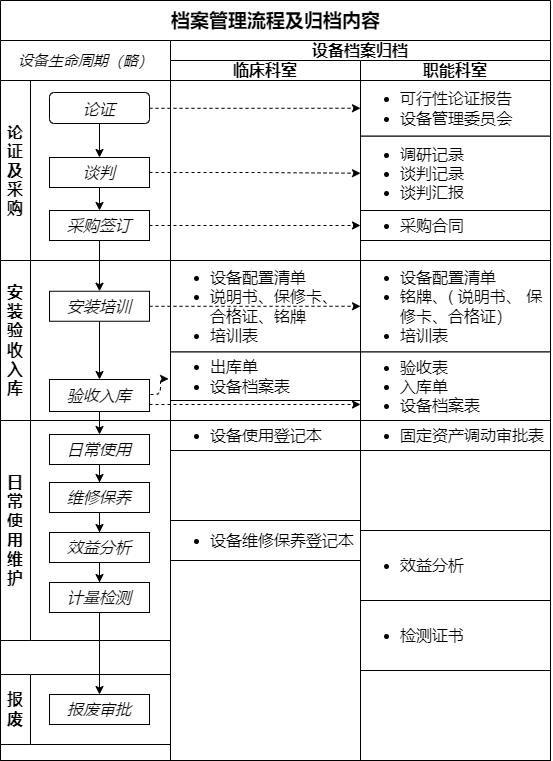
Above: 档案管理流程.png in CN-DXTZ/CLRS (draw.io), before the change. Source tidied: cells renumbered, new cells last; positions are measured from the earlier drawing's top-left corner, leaving out a move shared by most shapes.
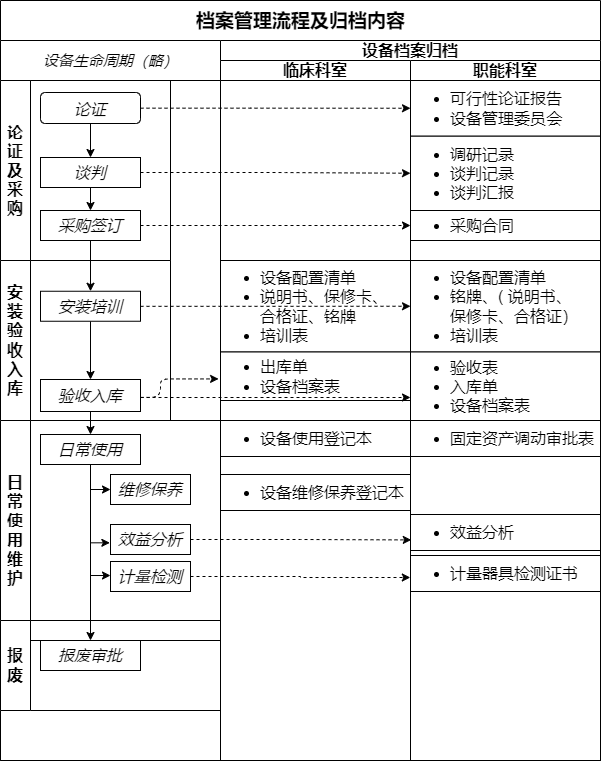
After the change.

Commit message:
更新档案管理流程.png

Change to the diagram source:
```diff
@@ -3,7 +3,7 @@
     <mxCell id="0" />
     <mxCell id="1" parent="0" />
     <mxCell id="2" value="&lt;font style=&quot;font-size: 19px;&quot;&gt;档案管理流程及归档内容&lt;/font&gt;" style="swimlane;html=1;startSize=40;rounded=0;shadow=0;labelBackgroundColor=none;strokeWidth=1;fontFamily=Verdana;fontSize=16;align=center;" parent="1" vertex="1">
-      <mxGeometry width="550" height="760" as="geometry" />
+      <mxGeometry width="600" height="760" as="geometry" />
     </mxCell>
     <mxCell id="3" style="edgeStyle=orthogonalEdgeStyle;rounded=1;jettySize=auto;html=1;entryX=0;entryY=0.5;entryDx=0;entryDy=0;dashed=1;fontSize=16;" parent="2" edge="1" source="8" target="34">
       <mxGeometry relative="1" as="geometry" />
@@ -12,16 +12,16 @@
       <mxGeometry relative="1" as="geometry" />
     </mxCell>
     <mxCell id="5" value="设备生命周期（略）" style="swimlane;html=1;startSize=40;align=center;fontSize=15;fontStyle=2;" parent="2" vertex="1">
-      <mxGeometry y="40" width="170" height="720" as="geometry" />
+      <mxGeometry y="40" width="220" height="720" as="geometry" />
     </mxCell>
     <mxCell id="6" value="&lt;p class=&quot;MsoNormal&quot; style=&quot;font-size: 16px;&quot;&gt;论证及采购&lt;/p&gt;" style="swimlane;whiteSpace=wrap;html=1;startSize=30;direction=north;fontSize=16;" parent="5" vertex="1">
       <mxGeometry y="40" width="170" height="180" as="geometry" />
     </mxCell>
     <mxCell id="7" value="论证" style="rounded=1;whiteSpace=wrap;html=1;shadow=0;labelBackgroundColor=none;strokeWidth=1;fontFamily=Verdana;fontSize=16;align=center;verticalAlign=middle;fontStyle=2;" parent="6" vertex="1">
-      <mxGeometry x="49" y="12" width="100" height="31" as="geometry" />
+      <mxGeometry x="40" y="12" width="100" height="31" as="geometry" />
     </mxCell>
     <mxCell id="8" value="谈判&lt;br style=&quot;font-size: 16px;&quot;&gt;" style="rounded=0;whiteSpace=wrap;html=1;fontSize=16;fontStyle=2;" parent="6" vertex="1">
-      <mxGeometry x="49" y="77" width="100" height="30" as="geometry" />
+      <mxGeometry x="40" y="77" width="100" height="30" as="geometry" />
     </mxCell>
     <mxCell id="9" style="edgeStyle=orthogonalEdgeStyle;rounded=0;orthogonalLoop=1;jettySize=auto;html=1;exitX=0.5;exitY=1;exitDx=0;exitDy=0;fontSize=16;" parent="6" edge="1" source="8" target="8">
       <mxGeometry relative="1" as="geometry" />
@@ -30,7 +30,7 @@
       <mxGeometry relative="1" as="geometry" />
     </mxCell>
     <mxCell id="11" value="采购签订" style="rounded=0;whiteSpace=wrap;html=1;fontSize=16;fontStyle=2;" parent="6" vertex="1">
-      <mxGeometry x="49" y="130" width="100" height="30" as="geometry" />
+      <mxGeometry x="40" y="130" width="100" height="30" as="geometry" />
     </mxCell>
     <mxCell id="12" style="edgeStyle=orthogonalEdgeStyle;rounded=0;jettySize=auto;html=1;entryX=0.5;entryY=0;entryDx=0;entryDy=0;fontSize=16;" parent="6" edge="1" source="8" target="11">
       <mxGeometry relative="1" as="geometry" />
@@ -42,43 +42,56 @@
       <mxGeometry relative="1" as="geometry" />
     </mxCell>
     <mxCell id="15" value="安装培训" style="rounded=0;whiteSpace=wrap;html=1;fontSize=16;fontStyle=2;" parent="13" vertex="1">
-      <mxGeometry x="49" y="30.8" width="100" height="30" as="geometry" />
+      <mxGeometry x="40" y="30.8" width="100" height="30" as="geometry" />
     </mxCell>
     <mxCell id="16" value="验收入库" style="rounded=0;whiteSpace=wrap;html=1;fontSize=16;fontStyle=2;" parent="13" vertex="1">
-      <mxGeometry x="49" y="119" width="100" height="32" as="geometry" />
+      <mxGeometry x="40" y="119" width="100" height="32" as="geometry" />
     </mxCell>
     <mxCell id="17" style="edgeStyle=orthogonalEdgeStyle;rounded=0;jettySize=auto;html=1;fontSize=16;" parent="5" edge="1" source="11" target="15">
       <mxGeometry relative="1" as="geometry" />
     </mxCell>
     <mxCell id="18" value="&lt;p class=&quot;MsoNormal&quot; style=&quot;font-size: 16px;&quot;&gt;日常使用维护&lt;/p&gt;" style="swimlane;whiteSpace=wrap;html=1;direction=north;startSize=30;fontSize=16;" parent="5" vertex="1">
-      <mxGeometry y="380" width="170" height="220" as="geometry" />
+      <mxGeometry y="380" width="220" height="220" as="geometry" />
     </mxCell>
-    <mxCell id="19" style="edgeStyle=orthogonalEdgeStyle;rounded=0;jettySize=auto;html=1;entryX=0.5;entryY=0;entryDx=0;entryDy=0;fontSize=16;" parent="18" edge="1" source="20" target="21">
-      <mxGeometry relative="1" as="geometry" />
-    </mxCell>
+    <mxCell id="49" style="edgeStyle=orthogonalEdgeStyle;rounded=0;jettySize=auto;html=1;entryX=0;entryY=0.5;entryDx=0;entryDy=0;" parent="18" edge="1" source="20" target="21">
+      <mxGeometry relative="1" as="geometry" />
+    </mxCell>
+    <mxCell id="50" style="edgeStyle=orthogonalEdgeStyle;rounded=0;jettySize=auto;html=1;entryX=-0.008;entryY=0.61;entryDx=0;entryDy=0;entryPerimeter=0;" parent="18" edge="1" source="20" target="22">
+      <mxGeometry relative="1" as="geometry" />
+    </mxCell>
+    <mxCell id="51" style="edgeStyle=orthogonalEdgeStyle;rounded=0;jettySize=auto;html=1;entryX=0;entryY=0.467;entryDx=0;entryDy=0;entryPerimeter=0;" parent="18" edge="1" source="20" target="23">
+      <mxGeometry relative="1" as="geometry">
+        <Array as="points">
+          <mxPoint x="90" y="155" />
+        </Array>
+      </mxGeometry>
+    </mxCell>
     <mxCell id="20" value="日常使用" style="rounded=0;whiteSpace=wrap;html=1;fontSize=16;fontStyle=2;" parent="18" vertex="1">
-      <mxGeometry x="49" y="14" width="100" height="30" as="geometry" />
+      <mxGeometry x="40" y="14" width="100" height="30" as="geometry" />
     </mxCell>
-    <mxCell id="21" value="维修保养" style="rounded=0;whiteSpace=wrap;html=1;fontSize=16;fontStyle=2;" parent="18" vertex="1">
-      <mxGeometry x="49" y="62" width="100" height="30" as="geometry" />
-    </mxCell>
     <mxCell id="22" value="效益分析" style="rounded=0;whiteSpace=wrap;html=1;fontSize=16;fontStyle=2;" parent="18" vertex="1">
-      <mxGeometry x="49" y="112" width="100" height="30" as="geometry" />
+      <mxGeometry x="110" y="104" width="80" height="30" as="geometry" />
     </mxCell>
     <mxCell id="23" value="计量检测" style="rounded=0;whiteSpace=wrap;html=1;fontSize=16;fontStyle=2;" parent="18" vertex="1">
-      <mxGeometry x="49" y="162" width="100" height="30" as="geometry" />
+      <mxGeometry x="110" y="141" width="80" height="30" as="geometry" />
     </mxCell>
-    <mxCell id="24" style="edgeStyle=orthogonalEdgeStyle;rounded=0;jettySize=auto;html=1;entryX=0.5;entryY=0;entryDx=0;entryDy=0;fontSize=16;" parent="18" edge="1" source="21" target="22">
-      <mxGeometry relative="1" as="geometry" />
-    </mxCell>
-    <mxCell id="25" style="edgeStyle=orthogonalEdgeStyle;rounded=0;jettySize=auto;html=1;entryX=0.5;entryY=0;entryDx=0;entryDy=0;fontSize=16;" parent="18" edge="1" source="22" target="23">
-      <mxGeometry relative="1" as="geometry" />
-    </mxCell>
+    <mxCell id="21" value="维修保养" style="rounded=0;whiteSpace=wrap;html=1;fontSize=16;fontStyle=2;" parent="18" vertex="1">
+      <mxGeometry x="110" y="54" width="80" height="30" as="geometry" />
+    </mxCell>
     <mxCell id="26" style="edgeStyle=orthogonalEdgeStyle;rounded=0;jettySize=auto;html=1;fontSize=16;entryX=0.5;entryY=0;entryDx=0;entryDy=0;" parent="5" edge="1" source="16" target="20">
       <mxGeometry relative="1" as="geometry" />
     </mxCell>
+    <mxCell id="46" value="报废" style="swimlane;whiteSpace=wrap;html=1;direction=north;startSize=30;fontSize=16;" parent="5" vertex="1">
+      <mxGeometry y="580" width="220" height="90" as="geometry" />
+    </mxCell>
+    <mxCell id="47" value="报废审批" style="rounded=0;whiteSpace=wrap;html=1;fontSize=16;fontStyle=2;" parent="46" vertex="1">
+      <mxGeometry x="40" y="20" width="100" height="30" as="geometry" />
+    </mxCell>
+    <mxCell id="19" style="edgeStyle=orthogonalEdgeStyle;rounded=0;jettySize=auto;html=1;fontSize=16;entryX=0.5;entryY=0;entryDx=0;entryDy=0;" parent="5" edge="1" source="20" target="47">
+      <mxGeometry relative="1" as="geometry" />
+    </mxCell>
     <mxCell id="27" value="设备档案归档" style="swimlane;whiteSpace=wrap;html=1;startSize=20;fontSize=16;" parent="2" vertex="1">
-      <mxGeometry x="170" y="40" width="380" height="720" as="geometry" />
+      <mxGeometry x="220" y="40" width="380" height="720" as="geometry" />
     </mxCell>
     <mxCell id="28" value="临床科室" style="swimlane;whiteSpace=wrap;html=1;startSize=20;fontSize=16;" parent="27" vertex="1">
       <mxGeometry y="20" width="190" height="700" as="geometry" />
@@ -89,12 +102,12 @@
     <mxCell id="30" value="&lt;p class=&quot;MsoNormal&quot; style=&quot;font-size: 16px;&quot;&gt;&lt;/p&gt;&lt;div style=&quot;font-size: 16px;&quot;&gt;&lt;ul style=&quot;font-size: 16px;&quot;&gt;&lt;li style=&quot;font-size: 16px;&quot;&gt;出库单&lt;/li&gt;&lt;li style=&quot;font-size: 16px;&quot;&gt;设备档案表&lt;/li&gt;&lt;/ul&gt;&lt;/div&gt;&lt;p style=&quot;font-size: 16px;&quot;&gt;&lt;/p&gt;" style="rounded=0;whiteSpace=wrap;html=1;fontSize=16;spacing=0;align=left;" parent="28" vertex="1">
       <mxGeometry y="291.5" width="190" height="48.5" as="geometry" />
     </mxCell>
+    <mxCell id="32" value="&lt;p class=&quot;MsoNormal&quot; style=&quot;font-size: 16px;&quot;&gt;&lt;/p&gt;&lt;div style=&quot;font-size: 16px;&quot;&gt;&lt;ul style=&quot;font-size: 16px;&quot;&gt;&lt;li style=&quot;font-size: 16px;&quot;&gt;&lt;span style=&quot;background-color: initial; font-size: 16px;&quot;&gt;设备维修保养登记本&lt;/span&gt;&lt;br style=&quot;font-size: 16px;&quot;&gt;&lt;/li&gt;&lt;/ul&gt;&lt;/div&gt;&lt;p style=&quot;font-size: 16px;&quot;&gt;&lt;/p&gt;" style="rounded=0;whiteSpace=wrap;html=1;fontSize=16;spacing=0;align=left;" parent="28" vertex="1">
+      <mxGeometry y="414" width="190" height="36" as="geometry" />
+    </mxCell>
-    <mxCell id="31" value="&lt;p class=&quot;MsoNormal&quot; style=&quot;font-size: 16px;&quot;&gt;&lt;/p&gt;&lt;div style=&quot;font-size: 16px;&quot;&gt;&lt;div style=&quot;font-size: 16px;&quot;&gt;&lt;ul style=&quot;font-size: 16px;&quot;&gt;&lt;li style=&quot;font-size: 16px;&quot;&gt;设备使用登记本&lt;/li&gt;&lt;/ul&gt;&lt;/div&gt;&lt;/div&gt;&lt;p style=&quot;font-size: 16px;&quot;&gt;&lt;/p&gt;" style="rounded=0;whiteSpace=wrap;html=1;fontSize=16;spacing=0;align=left;" parent="28" vertex="1">
-      <mxGeometry y="360" width="190" height="30" as="geometry" />
+    <mxCell id="31" value="&lt;p class=&quot;MsoNormal&quot; style=&quot;font-size: 16px;&quot;&gt;&lt;/p&gt;&lt;div style=&quot;font-size: 16px;&quot;&gt;&lt;ul style=&quot;font-size: 16px;&quot;&gt;&lt;li style=&quot;border-color: var(--border-color);&quot;&gt;设备使用登记本&lt;/li&gt;&lt;/ul&gt;&lt;/div&gt;&lt;p style=&quot;font-size: 16px;&quot;&gt;&lt;/p&gt;" style="rounded=0;whiteSpace=wrap;html=1;fontSize=16;spacing=0;align=left;" parent="28" vertex="1">
+      <mxGeometry y="360" width="190" height="36" as="geometry" />
     </mxCell>
-    <mxCell id="32" value="&lt;p class=&quot;MsoNormal&quot; style=&quot;font-size: 16px;&quot;&gt;&lt;/p&gt;&lt;div style=&quot;font-size: 16px;&quot;&gt;&lt;ul style=&quot;font-size: 16px;&quot;&gt;&lt;li style=&quot;font-size: 16px;&quot;&gt;&lt;span style=&quot;background-color: initial; font-size: 16px;&quot;&gt;设备维修保养登记本&lt;/span&gt;&lt;br style=&quot;font-size: 16px;&quot;&gt;&lt;/li&gt;&lt;/ul&gt;&lt;/div&gt;&lt;p style=&quot;font-size: 16px;&quot;&gt;&lt;/p&gt;" style="rounded=0;whiteSpace=wrap;html=1;fontSize=16;spacing=0;align=left;" parent="28" vertex="1">
-      <mxGeometry y="460" width="190" height="40" as="geometry" />
-    </mxCell>
     <mxCell id="33" value="职能科室" style="swimlane;whiteSpace=wrap;html=1;startSize=20;fontSize=16;" parent="27" vertex="1">
       <mxGeometry x="190" y="20" width="190" height="700" as="geometry" />
     </mxCell>
@@ -107,21 +120,21 @@
     <mxCell id="36" value="&lt;p class=&quot;MsoNormal&quot; style=&quot;font-size: 16px;&quot;&gt;&lt;/p&gt;&lt;ul style=&quot;font-size: 16px;&quot;&gt;&lt;li style=&quot;font-size: 16px;&quot;&gt;采购合同&lt;/li&gt;&lt;/ul&gt;&lt;p style=&quot;font-size: 16px;&quot;&gt;&lt;/p&gt;" style="rounded=0;whiteSpace=wrap;html=1;fontSize=16;spacing=0;align=left;" parent="33" vertex="1">
       <mxGeometry y="150" width="190" height="30" as="geometry" />
     </mxCell>
-    <mxCell id="37" value="&lt;p class=&quot;MsoNormal&quot; style=&quot;font-size: 16px;&quot;&gt;&lt;/p&gt;&lt;div style=&quot;font-size: 16px;&quot;&gt;&lt;ul style=&quot;font-size: 16px;&quot;&gt;&lt;li style=&quot;font-size: 16px;&quot;&gt;设备配置清单&lt;/li&gt;&lt;li style=&quot;font-size: 16px;&quot;&gt;铭牌、( 说明书、 保修卡、合格证）&lt;/li&gt;&lt;li style=&quot;font-size: 16px;&quot;&gt;培训表&lt;br style=&quot;font-size: 16px;&quot;&gt;&lt;/li&gt;&lt;/ul&gt;&lt;/div&gt;&lt;p style=&quot;font-size: 16px;&quot;&gt;&lt;/p&gt;" style="rounded=0;whiteSpace=wrap;html=1;fontSize=16;spacing=0;align=left;" parent="33" vertex="1">
+    <mxCell id="37" value="&lt;p class=&quot;MsoNormal&quot; style=&quot;font-size: 16px;&quot;&gt;&lt;/p&gt;&lt;div style=&quot;font-size: 16px;&quot;&gt;&lt;ul style=&quot;font-size: 16px;&quot;&gt;&lt;li style=&quot;font-size: 16px;&quot;&gt;设备配置清单&lt;/li&gt;&lt;li style=&quot;font-size: 16px;&quot;&gt;铭牌、( 说明书、&amp;nbsp; &amp;nbsp; 保修卡、合格证）&lt;/li&gt;&lt;li style=&quot;font-size: 16px;&quot;&gt;培训表&lt;br style=&quot;font-size: 16px;&quot;&gt;&lt;/li&gt;&lt;/ul&gt;&lt;/div&gt;&lt;p style=&quot;font-size: 16px;&quot;&gt;&lt;/p&gt;" style="rounded=0;whiteSpace=wrap;html=1;fontSize=16;spacing=0;align=left;" parent="33" vertex="1">
       <mxGeometry y="200" width="190" height="91.5" as="geometry" />
     </mxCell>
     <mxCell id="38" value="&lt;p class=&quot;MsoNormal&quot; style=&quot;font-size: 16px;&quot;&gt;&lt;/p&gt;&lt;div style=&quot;font-size: 16px;&quot;&gt;&lt;div style=&quot;font-size: 16px;&quot;&gt;&lt;ul style=&quot;font-size: 16px;&quot;&gt;&lt;li style=&quot;font-size: 16px;&quot;&gt;验收表&lt;/li&gt;&lt;li style=&quot;font-size: 16px;&quot;&gt;入库单&lt;/li&gt;&lt;li style=&quot;font-size: 16px;&quot;&gt;设备档案表&lt;/li&gt;&lt;/ul&gt;&lt;/div&gt;&lt;/div&gt;&lt;p style=&quot;font-size: 16px;&quot;&gt;&lt;/p&gt;" style="rounded=0;whiteSpace=wrap;html=1;fontSize=16;spacing=0;align=left;" parent="33" vertex="1">
       <mxGeometry y="291.5" width="190" height="68.5" as="geometry" />
     </mxCell>
-    <mxCell id="39" value="&lt;p class=&quot;MsoNormal&quot; style=&quot;font-size: 16px;&quot;&gt;&lt;/p&gt;&lt;div style=&quot;font-size: 16px;&quot;&gt;&lt;div style=&quot;font-size: 16px;&quot;&gt;&lt;ul style=&quot;font-size: 16px;&quot;&gt;&lt;li style=&quot;font-size: 16px;&quot;&gt;固定资产调动审批表&lt;/li&gt;&lt;/ul&gt;&lt;/div&gt;&lt;/div&gt;&lt;p style=&quot;font-size: 16px;&quot;&gt;&lt;/p&gt;" style="rounded=0;whiteSpace=wrap;html=1;fontSize=16;spacing=0;align=left;" parent="33" vertex="1">
-      <mxGeometry y="360" width="190" height="30" as="geometry" />
-    </mxCell>
     <mxCell id="40" value="&lt;p class=&quot;MsoNormal&quot; style=&quot;font-size: 16px;&quot;&gt;&lt;/p&gt;&lt;div style=&quot;font-size: 16px;&quot;&gt;&lt;div style=&quot;font-size: 16px;&quot;&gt;&lt;ul style=&quot;font-size: 16px;&quot;&gt;&lt;li style=&quot;font-size: 16px;&quot;&gt;效益分析&lt;/li&gt;&lt;/ul&gt;&lt;/div&gt;&lt;/div&gt;&lt;p style=&quot;font-size: 16px;&quot;&gt;&lt;/p&gt;" style="rounded=0;whiteSpace=wrap;html=1;fontSize=16;spacing=0;align=left;" parent="33" vertex="1">
-      <mxGeometry y="470" width="190" height="70" as="geometry" />
+      <mxGeometry y="454" width="190" height="36" as="geometry" />
     </mxCell>
-    <mxCell id="41" value="&lt;p class=&quot;MsoNormal&quot; style=&quot;font-size: 16px;&quot;&gt;&lt;/p&gt;&lt;div style=&quot;font-size: 16px;&quot;&gt;&lt;div style=&quot;font-size: 16px;&quot;&gt;&lt;ul style=&quot;font-size: 16px;&quot;&gt;&lt;li style=&quot;border-color: var(--border-color);&quot;&gt;检测证书&lt;/li&gt;&lt;/ul&gt;&lt;/div&gt;&lt;/div&gt;&lt;p style=&quot;font-size: 16px;&quot;&gt;&lt;/p&gt;" style="rounded=0;whiteSpace=wrap;html=1;fontSize=16;spacing=0;align=left;" parent="33" vertex="1">
-      <mxGeometry y="540" width="190" height="70" as="geometry" />
+    <mxCell id="41" value="&lt;p class=&quot;MsoNormal&quot; style=&quot;font-size: 16px;&quot;&gt;&lt;/p&gt;&lt;div style=&quot;font-size: 16px;&quot;&gt;&lt;div style=&quot;font-size: 16px;&quot;&gt;&lt;ul style=&quot;font-size: 16px;&quot;&gt;&lt;li style=&quot;border-color: var(--border-color);&quot;&gt;计量器具检测证书&lt;/li&gt;&lt;/ul&gt;&lt;/div&gt;&lt;/div&gt;&lt;p style=&quot;font-size: 16px;&quot;&gt;&lt;/p&gt;" style="rounded=0;whiteSpace=wrap;html=1;fontSize=16;spacing=0;align=left;" parent="33" vertex="1">
+      <mxGeometry y="495" width="190" height="36" as="geometry" />
     </mxCell>
+    <mxCell id="39" value="&lt;p class=&quot;MsoNormal&quot; style=&quot;font-size: 16px;&quot;&gt;&lt;/p&gt;&lt;div style=&quot;font-size: 16px;&quot;&gt;&lt;ul style=&quot;font-size: 16px;&quot;&gt;&lt;li style=&quot;border-color: var(--border-color);&quot;&gt;固定资产调动审批表&lt;/li&gt;&lt;/ul&gt;&lt;/div&gt;&lt;p style=&quot;font-size: 16px;&quot;&gt;&lt;/p&gt;" style="rounded=0;whiteSpace=wrap;html=1;fontSize=16;spacing=0;align=left;" parent="33" vertex="1">
+      <mxGeometry y="360" width="190" height="36" as="geometry" />
+    </mxCell>
     <mxCell id="42" style="edgeStyle=orthogonalEdgeStyle;rounded=0;jettySize=auto;html=1;entryX=0;entryY=0.5;entryDx=0;entryDy=0;dashed=1;fontSize=16;" parent="2" edge="1" source="7" target="35">
       <mxGeometry relative="1" as="geometry">
         <Array as="points">
@@ -129,11 +142,10 @@
         </Array>
       </mxGeometry>
     </mxCell>
-    <mxCell id="43" style="edgeStyle=orthogonalEdgeStyle;rounded=1;jettySize=auto;html=1;dashed=1;fontSize=16;entryX=-0.01;entryY=0.555;entryDx=0;entryDy=0;entryPerimeter=0;" parent="2" edge="1" target="30">
+    <mxCell id="43" style="edgeStyle=orthogonalEdgeStyle;rounded=1;jettySize=auto;html=1;dashed=1;fontSize=16;entryX=-0.01;entryY=0.555;entryDx=0;entryDy=0;entryPerimeter=0;exitX=1.003;exitY=0.559;exitDx=0;exitDy=0;exitPerimeter=0;" parent="2" edge="1" source="16" target="30">
       <mxGeometry relative="1" as="geometry">
-        <mxPoint x="150" y="394" as="sourcePoint" />
         <Array as="points">
-          <mxPoint x="160" y="394" />
+          <mxPoint x="160" y="397" />
           <mxPoint x="160" y="378" />
         </Array>
       </mxGeometry>
@@ -141,22 +153,20 @@
     <mxCell id="44" style="edgeStyle=orthogonalEdgeStyle;rounded=0;jettySize=auto;html=1;dashed=1;fontSize=16;" parent="2" edge="1" source="15" target="37">
       <mxGeometry relative="1" as="geometry" />
     </mxCell>
-    <mxCell id="45" style="edgeStyle=orthogonalEdgeStyle;rounded=1;jettySize=auto;html=1;dashed=1;fontSize=16;" parent="2" edge="1" source="16" target="38">
+    <mxCell id="45" style="edgeStyle=orthogonalEdgeStyle;rounded=1;orthogonalLoop=1;jettySize=auto;html=1;dashed=1;fontSize=16;" parent="2" edge="1">
       <mxGeometry relative="1" as="geometry">
+        <mxPoint x="140" y="397" as="sourcePoint" />
+        <mxPoint x="410" y="397" as="targetPoint" />
         <Array as="points">
-          <mxPoint x="250" y="404" />
-          <mxPoint x="250" y="404" />
+          <mxPoint x="410" y="397" />
         </Array>
       </mxGeometry>
     </mxCell>
-    <mxCell id="46" value="报废" style="swimlane;whiteSpace=wrap;html=1;direction=north;startSize=30;fontSize=16;" parent="1" vertex="1">
-      <mxGeometry y="674" width="170" height="70" as="geometry" />
-    </mxCell>
-    <mxCell id="47" value="报废审批" style="rounded=0;whiteSpace=wrap;html=1;fontSize=16;fontStyle=2;" parent="46" vertex="1">
-      <mxGeometry x="49" y="20" width="100" height="30" as="geometry" />
-    </mxCell>
-    <mxCell id="48" style="edgeStyle=orthogonalEdgeStyle;rounded=0;jettySize=auto;html=1;entryX=0.5;entryY=0;entryDx=0;entryDy=0;fontSize=16;" parent="1" edge="1" source="23" target="47">
-      <mxGeometry relative="1" as="geometry" />
-    </mxCell>
+    <mxCell id="52" style="edgeStyle=orthogonalEdgeStyle;rounded=0;jettySize=auto;html=1;entryX=0.004;entryY=0.706;entryDx=0;entryDy=0;entryPerimeter=0;dashed=1;" parent="2" edge="1" source="22" target="40">
+      <mxGeometry relative="1" as="geometry" />
+    </mxCell>
+    <mxCell id="53" style="edgeStyle=orthogonalEdgeStyle;rounded=0;jettySize=auto;html=1;entryX=-0.001;entryY=0.611;entryDx=0;entryDy=0;entryPerimeter=0;dashed=1;" parent="2" edge="1" source="23" target="41">
+      <mxGeometry relative="1" as="geometry" />
+    </mxCell>
   </root>
 </mxGraphModel>
```
